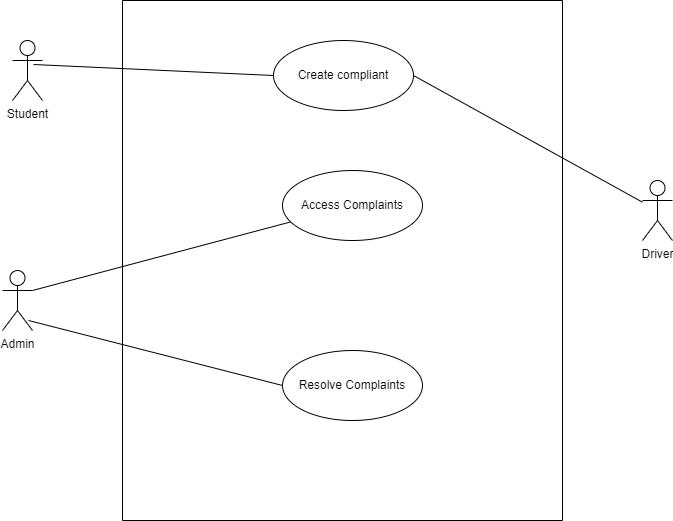
Abubakar-doc/FYP-24-SE-A-204 keeps this draw.io diagram as Project Real-Time Bus ID Verification and Tracking/DOCUMENTATION/UseCaseDiagrams/ComplaintManagement.drawio.png. Above is the earlier version. Source tidied: cells renumbered, new cells last; positions are measured from the earlier drawing's top-left corner, leaving out a move shared by most shapes. The source it was exported from:
```xml
<mxGraphModel>
  <root>
    <mxCell id="0" />
    <mxCell id="1" parent="0" />
    <mxCell id="2" style="swimlane;startSize=0;" parent="1" vertex="1">
      <mxGeometry x="120" width="440" height="520" as="geometry" />
    </mxCell>
    <mxCell id="3" value="Create compliant" style="ellipse;whiteSpace=wrap;html=1;" parent="2" vertex="1">
      <mxGeometry x="151" y="40" width="140" height="70" as="geometry" />
    </mxCell>
    <mxCell id="4" value="Resolve Complaints" style="ellipse;whiteSpace=wrap;html=1;" parent="2" vertex="1">
      <mxGeometry x="160" y="350" width="140" height="70" as="geometry" />
    </mxCell>
    <mxCell id="5" value="Access Complaints" style="ellipse;whiteSpace=wrap;html=1;" parent="2" vertex="1">
      <mxGeometry x="160" y="170" width="140" height="70" as="geometry" />
    </mxCell>
    <mxCell id="6" value="Driver" style="shape=umlActor;verticalLabelPosition=bottom;verticalAlign=top;html=1;" parent="1" vertex="1">
      <mxGeometry x="640" y="180" width="30" height="60" as="geometry" />
    </mxCell>
    <mxCell id="7" value="Admin" style="shape=umlActor;verticalLabelPosition=bottom;verticalAlign=top;html=1;" parent="1" vertex="1">
      <mxGeometry y="270" width="30" height="60" as="geometry" />
    </mxCell>
    <mxCell id="8" value="Student" style="shape=umlActor;verticalLabelPosition=bottom;verticalAlign=top;html=1;" parent="1" vertex="1">
      <mxGeometry x="10" y="40" width="30" height="60" as="geometry" />
    </mxCell>
    <mxCell id="9" style="endArrow=none;html=1;rounded=0;exitX=1;exitY=0.3333333333333333;exitDx=0;exitDy=0;exitPerimeter=0;" parent="1" edge="1" source="7" target="5">
      <mxGeometry relative="1" as="geometry" />
    </mxCell>
    <mxCell id="10" style="endArrow=none;html=1;rounded=0;exitX=1;exitY=0.5;exitDx=0;exitDy=0;" parent="1" edge="1" source="3" target="6">
      <mxGeometry relative="1" as="geometry" />
    </mxCell>
    <mxCell id="11" style="endArrow=none;html=1;rounded=0;exitX=0.7;exitY=0.4;exitDx=0;exitDy=0;exitPerimeter=0;entryX=0;entryY=0.5;entryDx=0;entryDy=0;" parent="1" edge="1" source="8" target="3">
      <mxGeometry relative="1" as="geometry" />
    </mxCell>
    <mxCell id="12" style="endArrow=none;html=1;rounded=0;exitX=0.867;exitY=0.833;exitDx=0;exitDy=0;exitPerimeter=0;entryX=0;entryY=0.5;entryDx=0;entryDy=0;" parent="1" edge="1" source="7" target="4">
      <mxGeometry relative="1" as="geometry" />
    </mxCell>
  </root>
</mxGraphModel>
```
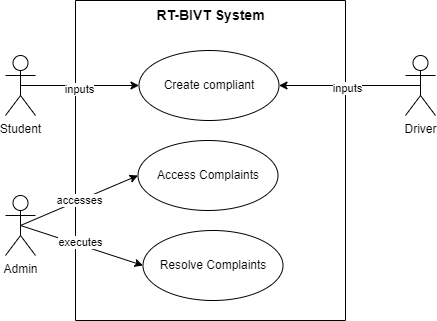
After the change.

The edit, as a diff of the source:
```diff
@@ -3,37 +3,52 @@
     <mxCell id="0" />
     <mxCell id="1" parent="0" />
     <mxCell id="2" style="swimlane;startSize=0;" parent="1" vertex="1">
-      <mxGeometry x="120" width="440" height="520" as="geometry" />
+      <mxGeometry x="230" width="270" height="320" as="geometry" />
     </mxCell>
     <mxCell id="3" value="Create compliant" style="ellipse;whiteSpace=wrap;html=1;" parent="2" vertex="1">
-      <mxGeometry x="151" y="40" width="140" height="70" as="geometry" />
+      <mxGeometry x="63.5" y="50" width="140" height="70" as="geometry" />
     </mxCell>
     <mxCell id="4" value="Resolve Complaints" style="ellipse;whiteSpace=wrap;html=1;" parent="2" vertex="1">
-      <mxGeometry x="160" y="350" width="140" height="70" as="geometry" />
+      <mxGeometry x="67.5" y="230" width="140" height="70" as="geometry" />
     </mxCell>
     <mxCell id="5" value="Access Complaints" style="ellipse;whiteSpace=wrap;html=1;" parent="2" vertex="1">
-      <mxGeometry x="160" y="170" width="140" height="70" as="geometry" />
+      <mxGeometry x="62.5" y="140" width="140" height="70" as="geometry" />
     </mxCell>
+    <mxCell id="13" value="&lt;b&gt;&lt;font style=&quot;font-size: 14px;&quot;&gt;RT-BIVT System&lt;/font&gt;&lt;/b&gt;" style="text;html=1;align=center;verticalAlign=middle;strokeColor=none;fillColor=none;" parent="2" vertex="1">
+      <mxGeometry x="70" width="130" height="30" as="geometry" />
+    </mxCell>
+    <mxCell id="14" style="rounded=0;jettySize=auto;html=1;exitX=0.5;exitY=0.5;exitDx=0;exitDy=0;exitPerimeter=0;entryX=1;entryY=0.5;entryDx=0;entryDy=0;" parent="1" edge="1" source="6" target="3">
+      <mxGeometry relative="1" as="geometry" />
+    </mxCell>
+    <mxCell id="15" value="inputs" style="edgeLabel;html=1;align=center;verticalAlign=middle;" parent="14" vertex="1">
+      <mxGeometry x="0.05" y="2" relative="1" as="geometry" />
+    </mxCell>
     <mxCell id="6" value="Driver" style="shape=umlActor;verticalLabelPosition=bottom;verticalAlign=top;html=1;" parent="1" vertex="1">
-      <mxGeometry x="640" y="180" width="30" height="60" as="geometry" />
+      <mxGeometry x="560" y="55" width="30" height="60" as="geometry" />
     </mxCell>
+    <mxCell id="9" style="rounded=0;jettySize=auto;html=1;exitX=0.5;exitY=0.5;exitDx=0;exitDy=0;exitPerimeter=0;entryX=0;entryY=0.5;entryDx=0;entryDy=0;" parent="1" edge="1" source="7" target="5">
+      <mxGeometry relative="1" as="geometry" />
+    </mxCell>
+    <mxCell id="16" value="accesses" style="edgeLabel;html=1;align=center;verticalAlign=middle;" parent="9" vertex="1">
+      <mxGeometry relative="1" as="geometry" />
+    </mxCell>
+    <mxCell id="12" style="rounded=0;jettySize=auto;html=1;exitX=0.5;exitY=0.5;exitDx=0;exitDy=0;exitPerimeter=0;entryX=0;entryY=0.5;entryDx=0;entryDy=0;" parent="1" edge="1" source="7" target="4">
+      <mxGeometry relative="1" as="geometry" />
+    </mxCell>
+    <mxCell id="17" value="executes" style="edgeLabel;html=1;align=center;verticalAlign=middle;" parent="12" vertex="1">
+      <mxGeometry x="-0.04" y="3" relative="1" as="geometry" />
+    </mxCell>
     <mxCell id="7" value="Admin" style="shape=umlActor;verticalLabelPosition=bottom;verticalAlign=top;html=1;" parent="1" vertex="1">
-      <mxGeometry y="270" width="30" height="60" as="geometry" />
+      <mxGeometry x="160" y="195" width="30" height="60" as="geometry" />
     </mxCell>
+    <mxCell id="11" style="rounded=0;jettySize=auto;html=1;exitX=0.5;exitY=0.5;exitDx=0;exitDy=0;exitPerimeter=0;entryX=0;entryY=0.5;entryDx=0;entryDy=0;" parent="1" edge="1" source="8" target="3">
+      <mxGeometry relative="1" as="geometry" />
+    </mxCell>
+    <mxCell id="18" value="inputs" style="edgeLabel;html=1;align=center;verticalAlign=middle;" parent="11" vertex="1">
+      <mxGeometry x="-0.03" y="-3" relative="1" as="geometry" />
+    </mxCell>
     <mxCell id="8" value="Student" style="shape=umlActor;verticalLabelPosition=bottom;verticalAlign=top;html=1;" parent="1" vertex="1">
-      <mxGeometry x="10" y="40" width="30" height="60" as="geometry" />
+      <mxGeometry x="160" y="55" width="30" height="60" as="geometry" />
     </mxCell>
-    <mxCell id="9" style="endArrow=none;html=1;rounded=0;exitX=1;exitY=0.3333333333333333;exitDx=0;exitDy=0;exitPerimeter=0;" parent="1" edge="1" source="7" target="5">
-      <mxGeometry relative="1" as="geometry" />
-    </mxCell>
-    <mxCell id="10" style="endArrow=none;html=1;rounded=0;exitX=1;exitY=0.5;exitDx=0;exitDy=0;" parent="1" edge="1" source="3" target="6">
-      <mxGeometry relative="1" as="geometry" />
-    </mxCell>
-    <mxCell id="11" style="endArrow=none;html=1;rounded=0;exitX=0.7;exitY=0.4;exitDx=0;exitDy=0;exitPerimeter=0;entryX=0;entryY=0.5;entryDx=0;entryDy=0;" parent="1" edge="1" source="8" target="3">
-      <mxGeometry relative="1" as="geometry" />
-    </mxCell>
-    <mxCell id="12" style="endArrow=none;html=1;rounded=0;exitX=0.867;exitY=0.833;exitDx=0;exitDy=0;exitPerimeter=0;entryX=0;entryY=0.5;entryDx=0;entryDy=0;" parent="1" edge="1" source="7" target="4">
-      <mxGeometry relative="1" as="geometry" />
-    </mxCell>
   </root>
 </mxGraphModel>
```
